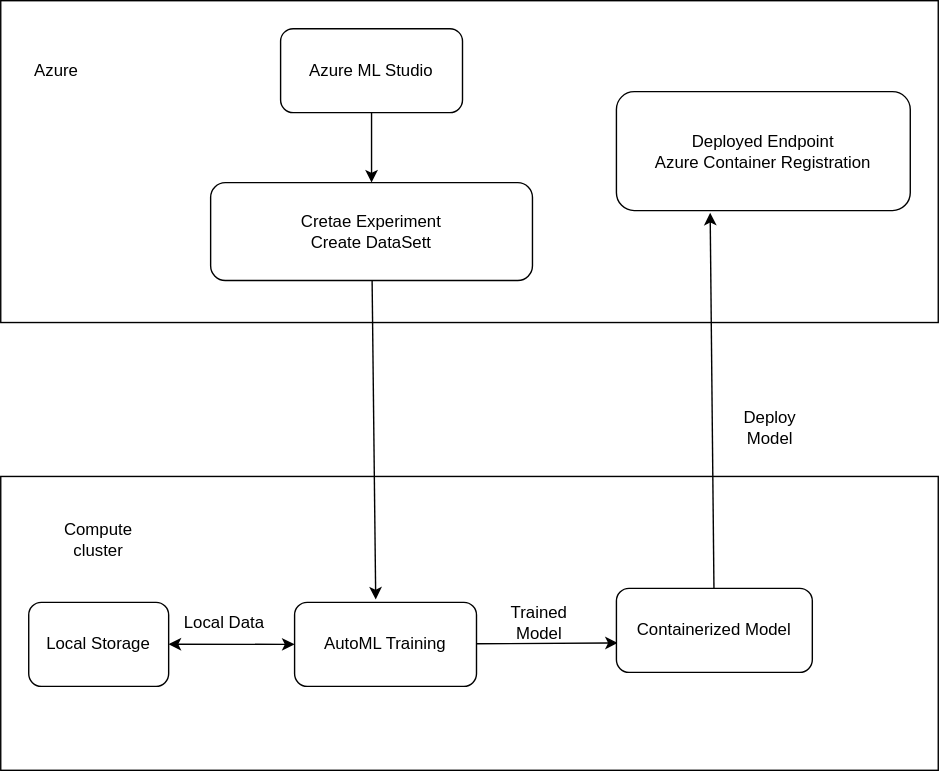
This is screenshots/architecture1.drawio.svg from leonchen34/nd00333_AZMLND_Project2, a draw.io export, as it was before one commit. Source tidied: cells renumbered, new cells last; positions are measured from the earlier drawing's top-left corner, leaving out a move shared by most shapes.
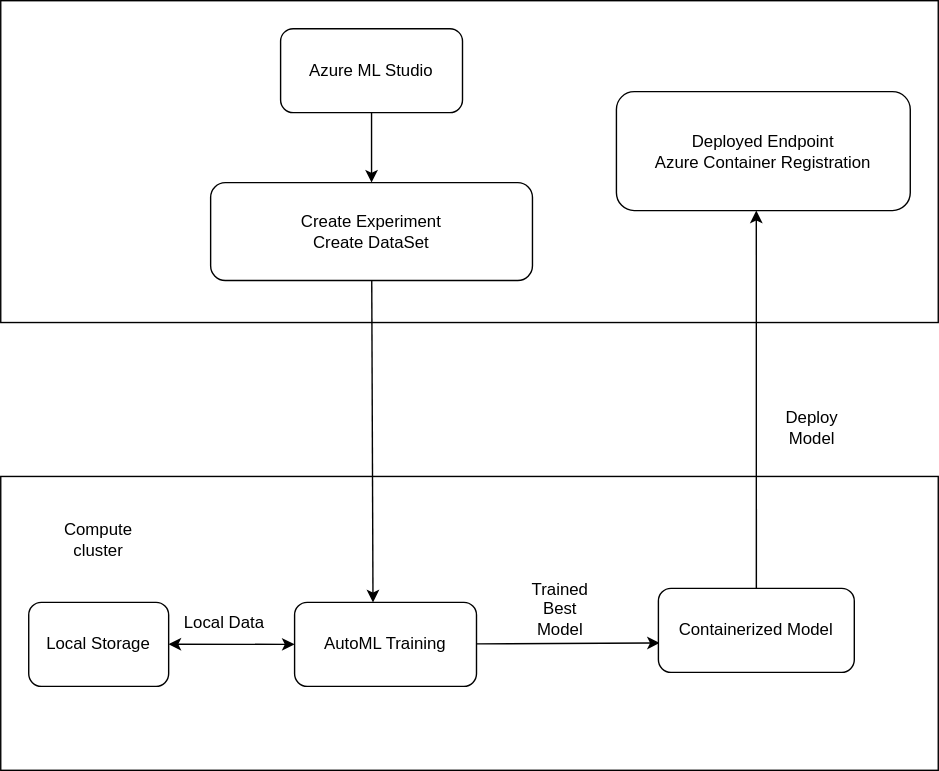
Above is the later version.

Commit message:
updated architecture drawing

The edit, as a diff of the source:
```diff
@@ -11,12 +11,9 @@
     <mxCell id="4" value="Azure ML Studio" style="rounded=1;whiteSpace=wrap;html=1;" parent="2" vertex="1">
       <mxGeometry x="200" y="20" width="130" height="60" as="geometry" />
     </mxCell>
-    <mxCell id="5" value="Cretae Experiment&lt;br&gt;Create DataSett" style="rounded=1;whiteSpace=wrap;html=1;" parent="2" vertex="1">
+    <mxCell id="5" value="Create Experiment&lt;br&gt;Create DataSet" style="rounded=1;whiteSpace=wrap;html=1;" parent="2" vertex="1">
       <mxGeometry x="150" y="130" width="230" height="70" as="geometry" />
     </mxCell>
-    <mxCell id="6" value="Azure" style="text;html=1;strokeColor=none;fillColor=none;align=center;verticalAlign=middle;whiteSpace=wrap;rounded=0;" parent="2" vertex="1">
-      <mxGeometry x="10" y="35" width="60" height="30" as="geometry" />
-    </mxCell>
     <mxCell id="7" value="Deployed Endpoint&lt;br&gt;Azure Container Registration" style="rounded=1;whiteSpace=wrap;html=1;" parent="2" vertex="1">
       <mxGeometry x="440" y="65" width="210" height="85" as="geometry" />
     </mxCell>
@@ -33,7 +30,7 @@
       <mxGeometry x="210" y="90" width="130" height="60" as="geometry" />
     </mxCell>
     <mxCell id="12" value="Containerized Model" style="rounded=1;whiteSpace=wrap;html=1;" parent="8" vertex="1">
-      <mxGeometry x="440" y="80" width="140" height="60" as="geometry" />
+      <mxGeometry x="470" y="80" width="140" height="60" as="geometry" />
     </mxCell>
     <mxCell id="13" style="endArrow=classic;startArrow=classic;html=1;entryX=0;entryY=0.5;entryDx=0;entryDy=0;exitX=0.179;exitY=0.571;exitDx=0;exitDy=0;exitPerimeter=0;" parent="8" edge="1" source="8" target="11">
       <mxGeometry relative="1" as="geometry" />
@@ -41,20 +38,20 @@
     <mxCell id="14" value="Local Data" style="text;html=1;strokeColor=none;fillColor=none;align=center;verticalAlign=middle;whiteSpace=wrap;rounded=0;" parent="8" vertex="1">
       <mxGeometry x="130" y="90" width="60" height="30" as="geometry" />
     </mxCell>
-    <mxCell id="15" value="Trained Model" style="text;html=1;strokeColor=none;fillColor=none;align=center;verticalAlign=middle;whiteSpace=wrap;rounded=0;" parent="8" vertex="1">
-      <mxGeometry x="355" y="90" width="60" height="30" as="geometry" />
+    <mxCell id="15" value="Trained Best Model" style="text;html=1;strokeColor=none;fillColor=none;align=center;verticalAlign=middle;whiteSpace=wrap;rounded=0;" parent="8" vertex="1">
+      <mxGeometry x="370" y="80" width="60" height="30" as="geometry" />
     </mxCell>
     <mxCell id="16" value="Compute cluster" style="text;html=1;strokeColor=none;fillColor=none;align=center;verticalAlign=middle;whiteSpace=wrap;rounded=0;" parent="1" vertex="1">
       <mxGeometry x="40" y="370" width="60" height="30" as="geometry" />
     </mxCell>
-    <mxCell id="17" style="edgeStyle=none;html=1;entryX=0.446;entryY=-0.033;entryDx=0;entryDy=0;entryPerimeter=0;" parent="1" edge="1" source="5" target="11">
+    <mxCell id="17" style="edgeStyle=none;html=1;entryX=0.431;entryY=0;entryDx=0;entryDy=0;entryPerimeter=0;" parent="1" edge="1" source="5" target="11">
       <mxGeometry relative="1" as="geometry" />
     </mxCell>
-    <mxCell id="18" style="edgeStyle=none;html=1;entryX=0.319;entryY=1.018;entryDx=0;entryDy=0;entryPerimeter=0;" parent="1" edge="1" source="12" target="7">
+    <mxCell id="18" style="edgeStyle=none;html=1;entryX=0.476;entryY=1;entryDx=0;entryDy=0;entryPerimeter=0;" parent="1" edge="1" source="12" target="7">
       <mxGeometry relative="1" as="geometry" />
     </mxCell>
     <mxCell id="19" value="Deploy Model" style="text;html=1;strokeColor=none;fillColor=none;align=center;verticalAlign=middle;whiteSpace=wrap;rounded=0;" parent="1" vertex="1">
-      <mxGeometry x="520" y="290" width="60" height="30" as="geometry" />
+      <mxGeometry x="550" y="290" width="60" height="30" as="geometry" />
     </mxCell>
   </root>
 </mxGraphModel>
```
